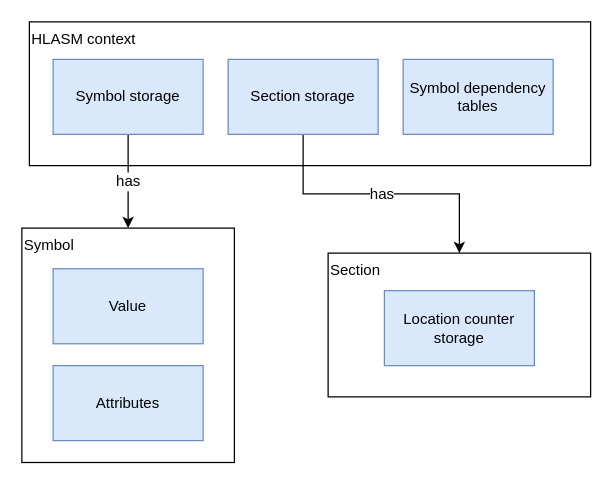
This is documentation/img/ord_ctx_arch.drawio from michalbali256/HlasmPlugin-docs, a draw.io file, before an edit. Source tidied: cells renumbered, new cells numbered last; positions are measured from the earlier drawing's top-left corner, leaving out a move shared by most shapes. Both pictures are drawn from the tidied source at 125%, with x=0, y=0 at pixel (21, 21).
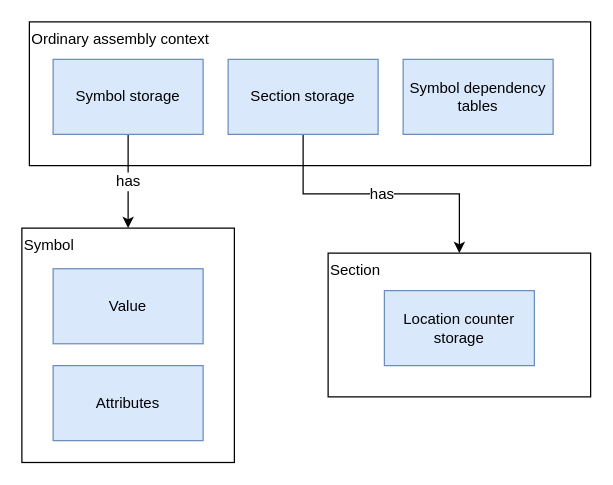
The same diagram, later.

Commit message (it also covers changes not shown here):
architecture of all, fix ord ctx

Change to the diagram source:
```diff
@@
 <mxGraphModel>
   <root>
     <mxCell id="0" />
     <mxCell id="1" parent="0" />
     <mxCell id="2" value="Section" style="rounded=0;whiteSpace=wrap;html=1;flipV=0;flipH=1;direction=east;verticalAlign=top;align=left;" parent="1" vertex="1">
       <mxGeometry x="245" y="185" width="210" height="115" as="geometry" />
     </mxCell>
-    <mxCell id="3" value="HLASM context" style="rounded=0;whiteSpace=wrap;html=1;flipV=0;flipH=1;direction=east;verticalAlign=top;align=left;" parent="1" vertex="1">
+    <mxCell id="3" value="Ordinary assembly context" style="rounded=0;whiteSpace=wrap;html=1;flipV=0;flipH=1;direction=east;verticalAlign=top;align=left;" parent="1" vertex="1">
       <mxGeometry x="6" width="449" height="115" as="geometry" />
     </mxCell>
     <mxCell id="4" value="has" style="edgeStyle=orthogonalEdgeStyle;rounded=0;jettySize=auto;html=1;fontSize=12;" parent="1" edge="1" source="5" target="10">
       <mxGeometry relative="1" as="geometry" />
     </mxCell>
     <mxCell id="5" value="Symbol storage" style="rounded=0;whiteSpace=wrap;html=1;flipV=0;flipH=1;direction=east;verticalAlign=middle;fillColor=#dae8fc;strokeColor=#6c8ebf;" parent="1" vertex="1">
       <mxGeometry x="25" y="30" width="120" height="60" as="geometry" />
     </mxCell>
     <mxCell id="6" value="has" style="edgeStyle=orthogonalEdgeStyle;rounded=0;jettySize=auto;html=1;entryX=0.5;entryY=0;entryDx=0;entryDy=0;fontSize=12;" parent="1" edge="1" source="7" target="2">
       <mxGeometry relative="1" as="geometry" />
     </mxCell>
     <mxCell id="7" value="Section storage" style="rounded=0;whiteSpace=wrap;html=1;flipV=0;flipH=1;direction=east;verticalAlign=middle;fillColor=#dae8fc;strokeColor=#6c8ebf;" parent="1" vertex="1">
       <mxGeometry x="165" y="30" width="120" height="60" as="geometry" />
     </mxCell>
     <mxCell id="8" value="Symbol dependency tables" style="rounded=0;whiteSpace=wrap;html=1;flipV=0;flipH=1;direction=east;verticalAlign=middle;fillColor=#dae8fc;strokeColor=#6c8ebf;" parent="1" vertex="1">
       <mxGeometry x="305" y="30" width="120" height="60" as="geometry" />
     </mxCell>
     <mxCell id="9" value="Location counter storage" style="rounded=0;whiteSpace=wrap;html=1;flipV=0;flipH=1;direction=east;verticalAlign=middle;fillColor=#dae8fc;strokeColor=#6c8ebf;" parent="1" vertex="1">
       <mxGeometry x="290" y="215" width="120" height="60" as="geometry" />
     </mxCell>
     <mxCell id="10" value="Symbol" style="rounded=0;whiteSpace=wrap;html=1;flipV=0;flipH=1;direction=east;verticalAlign=top;align=left;" parent="1" vertex="1">
       <mxGeometry y="165" width="170" height="187.5" as="geometry" />
     </mxCell>
     <mxCell id="11" value="Value" style="rounded=0;whiteSpace=wrap;html=1;flipV=0;flipH=1;direction=east;verticalAlign=middle;fillColor=#dae8fc;strokeColor=#6c8ebf;" parent="1" vertex="1">
       <mxGeometry x="25" y="197.5" width="120" height="60" as="geometry" />
     </mxCell>
     <mxCell id="12" value="Attributes" style="rounded=0;whiteSpace=wrap;html=1;flipV=0;flipH=1;direction=east;verticalAlign=middle;fillColor=#dae8fc;strokeColor=#6c8ebf;" parent="1" vertex="1">
       <mxGeometry x="25" y="275" width="120" height="60" as="geometry" />
     </mxCell>
   </root>
 </mxGraphModel>
```
